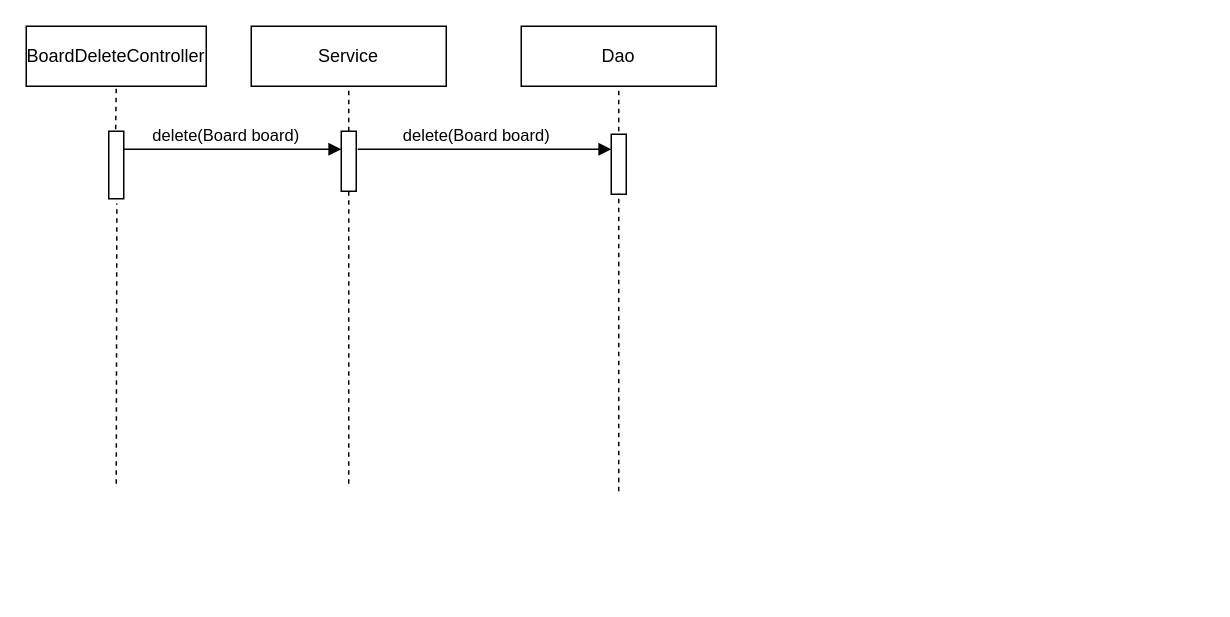
Earlier version of the draw.io diagram document/Sequence_Board/BoardDeleteController.drawio (iamheonil/KHSemiProject). Source tidied: cells renumbered, new cells numbered last; positions are measured from the earlier drawing's top-left corner, leaving out a move shared by most shapes. Both pictures are drawn from the tidied source at 150%, with x=0, y=0 at pixel (26, 26).
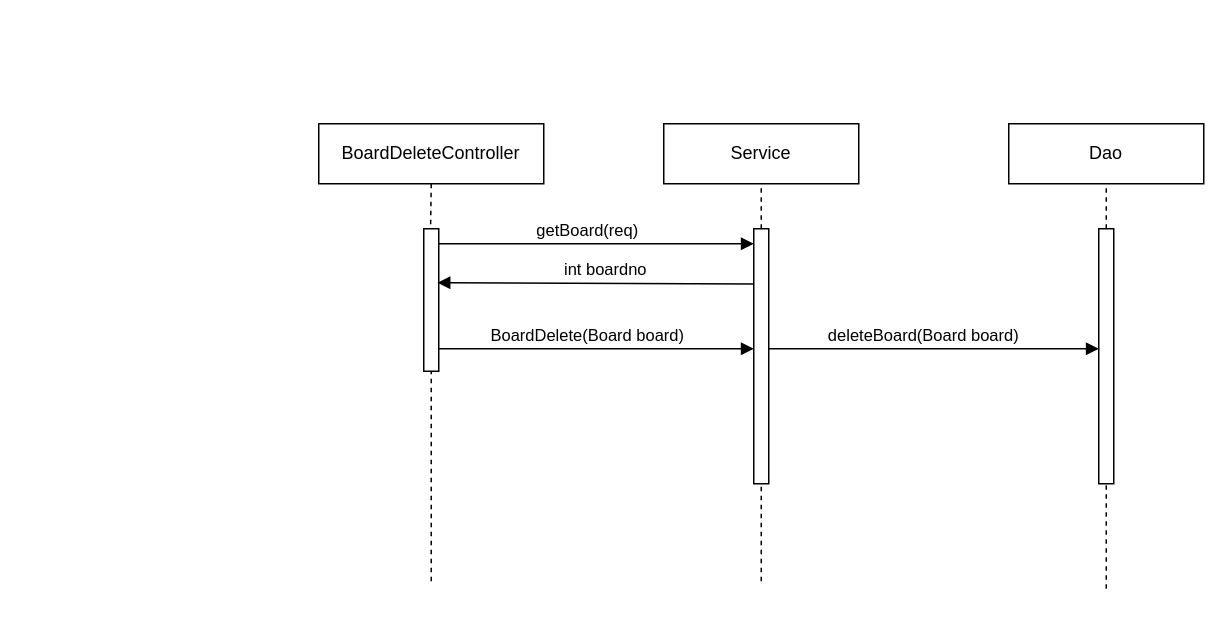
The same diagram, later.

Diff of the diagram source:
```diff
@@
+    <mxCell id="15" style="group;" parent="1" vertex="1">
+      <mxGeometry x="195" y="65" width="590" height="310" as="geometry" />
+    </mxCell>
-    <mxCell id="2" value="BoardDeleteController" style="rounded=0;whiteSpace=wrap;html=1;" parent="1" vertex="1">
-      <mxGeometry width="120" height="40" as="geometry" />
+    <mxCell id="2" value="BoardDeleteController" style="rounded=0;whiteSpace=wrap;html=1;" parent="15" vertex="1">
+      <mxGeometry width="150" height="40" as="geometry" />
     </mxCell>
-    <mxCell id="3" value="Service" style="rounded=0;whiteSpace=wrap;html=1;" parent="1" vertex="1">
-      <mxGeometry x="150" width="130" height="40" as="geometry" />
+    <mxCell id="3" value="Service" style="rounded=0;whiteSpace=wrap;html=1;" parent="15" vertex="1">
+      <mxGeometry x="230" width="130" height="40" as="geometry" />
     </mxCell>
-    <mxCell id="4" value="Dao" style="rounded=0;whiteSpace=wrap;html=1;" parent="1" vertex="1">
-      <mxGeometry x="330" width="130" height="40" as="geometry" />
+    <mxCell id="4" value="Dao" style="rounded=0;whiteSpace=wrap;html=1;" parent="15" vertex="1">
+      <mxGeometry x="460" width="130" height="40" as="geometry" />
     </mxCell>
-    <mxCell id="5" style="endArrow=none;dashed=1;html=1;entryX=0.5;entryY=1;entryDx=0;entryDy=0;" parent="1" edge="1" target="3">
-      <mxGeometry relative="1" as="geometry">
-        <mxPoint x="215" y="70" as="sourcePoint" />
-      </mxGeometry>
-    </mxCell>
-    <mxCell id="6" style="endArrow=none;dashed=1;html=1;entryX=0.5;entryY=1;entryDx=0;entryDy=0;" parent="1" edge="1" target="4">
-      <mxGeometry relative="1" as="geometry">
-        <mxPoint x="395" y="310" as="sourcePoint" />
-      </mxGeometry>
-    </mxCell>
-    <mxCell id="7" style="endArrow=none;dashed=1;html=1;entryX=0.5;entryY=1;entryDx=0;entryDy=0;" parent="1" edge="1">
-      <mxGeometry relative="1" as="geometry">
-        <mxPoint x="215" y="305" as="sourcePoint" />
-        <mxPoint x="215" y="110" as="targetPoint" />
-      </mxGeometry>
-    </mxCell>
-    <mxCell id="8" style="html=1;perimeter=orthogonalPerimeter;" parent="1" vertex="1">
-      <mxGeometry x="210" y="70" width="10" height="40" as="geometry" />
-    </mxCell>
-    <mxCell id="9" style="html=1;points=[];perimeter=orthogonalPerimeter;" parent="1" vertex="1">
-      <mxGeometry x="55" y="70" width="10" height="45" as="geometry" />
-    </mxCell>
-    <mxCell id="10" style="html=1;perimeter=orthogonalPerimeter;" parent="1" vertex="1">
-      <mxGeometry x="390" y="72" width="10" height="40" as="geometry" />
-    </mxCell>
-    <mxCell id="11" value="delete(Board board)" style="html=1;verticalAlign=bottom;endArrow=block;" parent="1" edge="1">
-      <mxGeometry x="-0.06" relative="1" as="geometry">
-        <mxPoint x="65" y="82" as="sourcePoint" />
-        <mxPoint x="210" y="82" as="targetPoint" />
-      </mxGeometry>
-    </mxCell>
-    <mxCell id="12" value="delete(Board board)" style="html=1;verticalAlign=bottom;endArrow=block;" parent="1" edge="1">
-      <mxGeometry x="-0.06" relative="1" as="geometry">
-        <mxPoint x="221" y="82" as="sourcePoint" />
-        <mxPoint x="390" y="82" as="targetPoint" />
-      </mxGeometry>
-    </mxCell>
-    <mxCell id="13" style="endArrow=none;dashed=1;html=1;entryX=0.54;entryY=1.071;entryDx=0;entryDy=0;entryPerimeter=0;" parent="1" edge="1" target="9">
-      <mxGeometry relative="1" as="geometry">
-        <mxPoint x="60" y="305" as="sourcePoint" />
-      </mxGeometry>
-    </mxCell>
-    <mxCell id="14" style="endArrow=none;dashed=1;html=1;entryX=0.5;entryY=1;entryDx=0;entryDy=0;exitX=0.46;exitY=-0.031;exitDx=0;exitDy=0;exitPerimeter=0;" parent="1" edge="1" source="9" target="2">
-      <mxGeometry relative="1" as="geometry" />
-    </mxCell>
+    <mxCell id="16" style="endArrow=none;dashed=1;html=1;entryX=0.5;entryY=1;entryDx=0;entryDy=0;" parent="15" edge="1" target="3">
+      <mxGeometry relative="1" as="geometry">
+        <mxPoint x="295" y="70" as="sourcePoint" />
+      </mxGeometry>
+    </mxCell>
+    <mxCell id="17" style="endArrow=none;dashed=1;html=1;entryX=0.5;entryY=1;entryDx=0;entryDy=0;" parent="15" edge="1" source="25" target="4">
+      <mxGeometry relative="1" as="geometry" />
+    </mxCell>
+    <mxCell id="18" style="endArrow=none;dashed=1;html=1;entryX=0.5;entryY=1;entryDx=0;entryDy=0;" parent="15" edge="1">
+      <mxGeometry relative="1" as="geometry">
+        <mxPoint x="295" y="305" as="sourcePoint" />
+        <mxPoint x="295" y="110" as="targetPoint" />
+      </mxGeometry>
+    </mxCell>
+    <mxCell id="19" style="html=1;perimeter=orthogonalPerimeter;" parent="15" vertex="1">
+      <mxGeometry x="290" y="70" width="10" height="170" as="geometry" />
+    </mxCell>
+    <mxCell id="20" style="html=1;points=[];perimeter=orthogonalPerimeter;" parent="15" vertex="1">
+      <mxGeometry x="70" y="70" width="10" height="95" as="geometry" />
+    </mxCell>
+    <mxCell id="21" value="BoardDelete(Board board)" style="html=1;verticalAlign=bottom;endArrow=block;" parent="15" edge="1" source="20">
+      <mxGeometry x="-0.06" relative="1" as="geometry">
+        <mxPoint x="290" y="150" as="targetPoint" />
+      </mxGeometry>
+    </mxCell>
+    <mxCell id="22" value="deleteBoard(Board board)" style="html=1;verticalAlign=bottom;endArrow=block;" parent="15" edge="1" target="25">
+      <mxGeometry x="-0.06" relative="1" as="geometry">
+        <mxPoint x="300" y="150" as="sourcePoint" />
+      </mxGeometry>
+    </mxCell>
+    <mxCell id="23" style="endArrow=none;dashed=1;html=1;" parent="15" edge="1" target="20">
+      <mxGeometry relative="1" as="geometry">
+        <mxPoint x="75" y="305" as="sourcePoint" />
+      </mxGeometry>
+    </mxCell>
+    <mxCell id="24" style="endArrow=none;dashed=1;html=1;entryX=0.5;entryY=1;entryDx=0;entryDy=0;exitX=0.46;exitY=-0.031;exitDx=0;exitDy=0;exitPerimeter=0;" parent="15" edge="1" source="20" target="2">
+      <mxGeometry relative="1" as="geometry" />
+    </mxCell>
+    <mxCell id="25" style="html=1;points=[];perimeter=orthogonalPerimeter;" parent="15" vertex="1">
+      <mxGeometry x="520" y="70" width="10" height="170" as="geometry" />
+    </mxCell>
+    <mxCell id="26" style="endArrow=none;dashed=1;html=1;entryX=0.5;entryY=1;entryDx=0;entryDy=0;" parent="15" edge="1" target="25">
+      <mxGeometry relative="1" as="geometry">
+        <mxPoint x="525" y="310" as="sourcePoint" />
+      </mxGeometry>
+    </mxCell>
+    <mxCell id="27" value="getBoard(req)" style="html=1;verticalAlign=bottom;endArrow=block;" parent="15" edge="1" source="20">
+      <mxGeometry x="-0.06" relative="1" as="geometry">
+        <mxPoint x="290" y="80" as="targetPoint" />
+      </mxGeometry>
+    </mxCell>
+    <mxCell id="28" value="int boardno" style="html=1;verticalAlign=bottom;endArrow=block;entryX=0.92;entryY=0.379;entryDx=0;entryDy=0;entryPerimeter=0;" parent="15" edge="1" target="20">
+      <mxGeometry x="-0.06" relative="1" as="geometry">
+        <mxPoint x="290" y="106.8" as="sourcePoint" />
+      </mxGeometry>
+    </mxCell>
```
